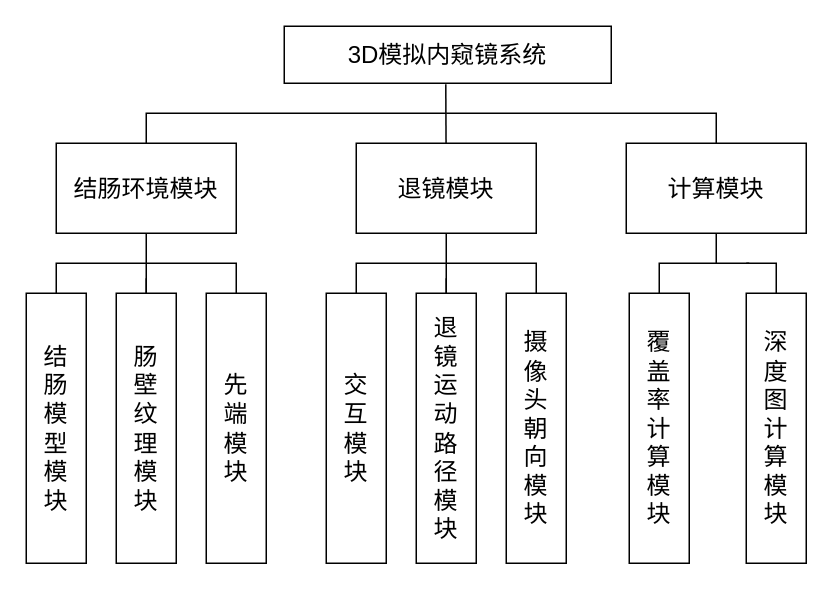
Above: 模块图.drawio in Joker765/CEP (draw.io), before the change. Source tidied: cells renumbered, new cells numbered last; positions are measured from the earlier drawing's top-left corner, leaving out a move shared by most shapes. Both pictures are drawn from the tidied source at 150%, with x=0, y=0 at pixel (26, 26).
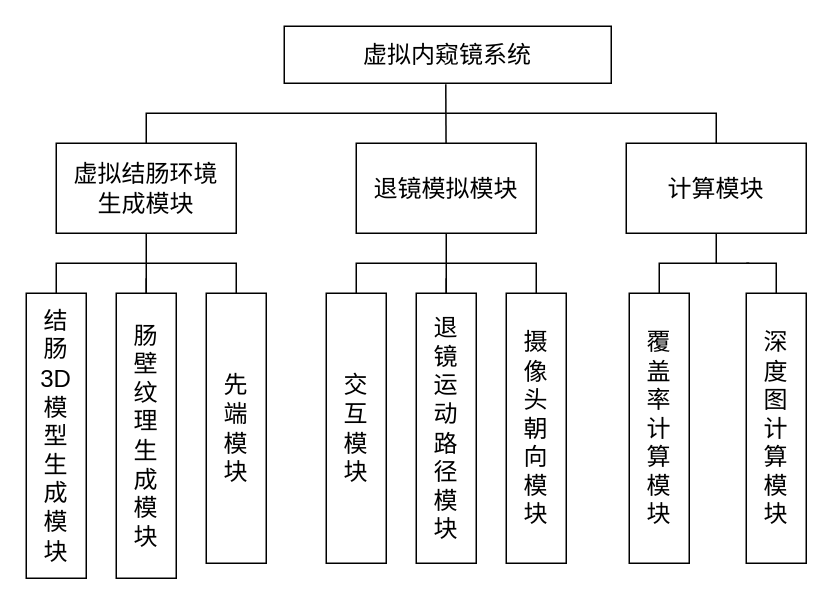
The same page after the edit.

Commit message (it also covers changes not shown here):
更新模块图.drawio

The edit, as a diff of the source:
```diff
@@
-    <mxCell id="2" value="&lt;font style=&quot;font-size: 16px;&quot;&gt;&lt;span style=&quot;font-family: 华文中宋;&quot; lang=&quot;EN-US&quot;&gt;3D&lt;/span&gt;&lt;span style=&quot;font-family: 华文中宋;&quot;&gt;模拟内窥镜系统&lt;/span&gt;&lt;/font&gt;" style="rounded=0;whiteSpace=wrap;html=1;" parent="1" vertex="1">
+    <mxCell id="2" value="&lt;span style=&quot;font-family: 宋体; font-size: 16px;&quot;&gt;虚拟内窥镜系统&lt;/span&gt;" style="rounded=0;whiteSpace=wrap;html=1;" parent="1" vertex="1">
       <mxGeometry x="172" width="218" height="38" as="geometry" />
     </mxCell>
-    <mxCell id="3" value="&lt;span style=&quot;font-size:12.0pt;mso-bidi-font-size:11.0pt;&lt;br/&gt;line-height:150%;font-family:宋体;mso-ascii-font-family:&amp;quot;Times New Roman&amp;quot;;&lt;br/&gt;mso-hansi-font-family:&amp;quot;Times New Roman&amp;quot;;mso-bidi-font-family:&amp;quot;Times New Roman&amp;quot;;&lt;br/&gt;mso-bidi-theme-font:minor-bidi;mso-ansi-language:EN-US;mso-fareast-language:&lt;br/&gt;ZH-CN;mso-bidi-language:AR-SA&quot;&gt;结肠环境模块&lt;/span&gt;" style="rounded=0;whiteSpace=wrap;html=1;" parent="1" vertex="1">
+    <mxCell id="3" value="&lt;span style=&quot;font-size:12.0pt;mso-bidi-font-size:11.0pt;&lt;br/&gt;line-height:150%;font-family:宋体;mso-ascii-font-family:&amp;quot;Times New Roman&amp;quot;;&lt;br/&gt;mso-hansi-font-family:&amp;quot;Times New Roman&amp;quot;;mso-bidi-font-family:&amp;quot;Times New Roman&amp;quot;;&lt;br/&gt;mso-bidi-theme-font:minor-bidi;mso-ansi-language:EN-US;mso-fareast-language:&lt;br/&gt;ZH-CN;mso-bidi-language:AR-SA&quot;&gt;虚拟结肠环境&lt;/span&gt;&lt;div&gt;&lt;span style=&quot;font-size:12.0pt;mso-bidi-font-size:11.0pt;&lt;br/&gt;line-height:150%;font-family:宋体;mso-ascii-font-family:&amp;quot;Times New Roman&amp;quot;;&lt;br/&gt;mso-hansi-font-family:&amp;quot;Times New Roman&amp;quot;;mso-bidi-font-family:&amp;quot;Times New Roman&amp;quot;;&lt;br/&gt;mso-bidi-theme-font:minor-bidi;mso-ansi-language:EN-US;mso-fareast-language:&lt;br/&gt;ZH-CN;mso-bidi-language:AR-SA&quot;&gt;生成模块&lt;/span&gt;&lt;/div&gt;" style="rounded=0;whiteSpace=wrap;html=1;" parent="1" vertex="1">
       <mxGeometry x="20" y="78" width="120" height="60" as="geometry" />
     </mxCell>
@@
-    <mxCell id="7" value="&lt;span style=&quot;font-size:12.0pt;mso-bidi-font-size:11.0pt;&lt;br/&gt;line-height:150%;font-family:宋体;mso-ascii-font-family:&amp;quot;Times New Roman&amp;quot;;&lt;br/&gt;mso-hansi-font-family:&amp;quot;Times New Roman&amp;quot;;mso-bidi-font-family:&amp;quot;Times New Roman&amp;quot;;&lt;br/&gt;mso-bidi-theme-font:minor-bidi;mso-ansi-language:EN-US;mso-fareast-language:&lt;br/&gt;ZH-CN;mso-bidi-language:AR-SA&quot;&gt;退镜模块&lt;/span&gt;" style="rounded=0;whiteSpace=wrap;html=1;" parent="1" vertex="1">
+    <mxCell id="7" value="&lt;span style=&quot;font-size:12.0pt;mso-bidi-font-size:11.0pt;&lt;br/&gt;line-height:150%;font-family:宋体;mso-ascii-font-family:&amp;quot;Times New Roman&amp;quot;;&lt;br/&gt;mso-hansi-font-family:&amp;quot;Times New Roman&amp;quot;;mso-bidi-font-family:&amp;quot;Times New Roman&amp;quot;;&lt;br/&gt;mso-bidi-theme-font:minor-bidi;mso-ansi-language:EN-US;mso-fareast-language:&lt;br/&gt;ZH-CN;mso-bidi-language:AR-SA&quot;&gt;退镜模拟模块&lt;/span&gt;" style="rounded=0;whiteSpace=wrap;html=1;" parent="1" vertex="1">
       <mxGeometry x="220" y="78" width="120" height="60" as="geometry" />
     </mxCell>
-    <mxCell id="8" value="&lt;span style=&quot;font-size:12.0pt;mso-bidi-font-size:11.0pt;&lt;br/&gt;line-height:150%;font-family:宋体;mso-ascii-font-family:&amp;quot;Times New Roman&amp;quot;;&lt;br/&gt;mso-hansi-font-family:&amp;quot;Times New Roman&amp;quot;;mso-bidi-font-family:&amp;quot;Times New Roman&amp;quot;;&lt;br/&gt;mso-bidi-theme-font:minor-bidi;mso-ansi-language:EN-US;mso-fareast-language:&lt;br/&gt;ZH-CN;mso-bidi-language:AR-SA&quot;&gt;结&lt;/span&gt;&lt;div&gt;&lt;span style=&quot;font-size:12.0pt;mso-bidi-font-size:11.0pt;&lt;br/&gt;line-height:150%;font-family:宋体;mso-ascii-font-family:&amp;quot;Times New Roman&amp;quot;;&lt;br/&gt;mso-hansi-font-family:&amp;quot;Times New Roman&amp;quot;;mso-bidi-font-family:&amp;quot;Times New Roman&amp;quot;;&lt;br/&gt;mso-bidi-theme-font:minor-bidi;mso-ansi-language:EN-US;mso-fareast-language:&lt;br/&gt;ZH-CN;mso-bidi-language:AR-SA&quot;&gt;肠&lt;/span&gt;&lt;/div&gt;&lt;div&gt;&lt;span style=&quot;font-size:12.0pt;mso-bidi-font-size:11.0pt;&lt;br/&gt;line-height:150%;font-family:宋体;mso-ascii-font-family:&amp;quot;Times New Roman&amp;quot;;&lt;br/&gt;mso-hansi-font-family:&amp;quot;Times New Roman&amp;quot;;mso-bidi-font-family:&amp;quot;Times New Roman&amp;quot;;&lt;br/&gt;mso-bidi-theme-font:minor-bidi;mso-ansi-language:EN-US;mso-fareast-language:&lt;br/&gt;ZH-CN;mso-bidi-language:AR-SA&quot;&gt;模&lt;/span&gt;&lt;/div&gt;&lt;div&gt;&lt;span style=&quot;font-size:12.0pt;mso-bidi-font-size:11.0pt;&lt;br/&gt;line-height:150%;font-family:宋体;mso-ascii-font-family:&amp;quot;Times New Roman&amp;quot;;&lt;br/&gt;mso-hansi-font-family:&amp;quot;Times New Roman&amp;quot;;mso-bidi-font-family:&amp;quot;Times New Roman&amp;quot;;&lt;br/&gt;mso-bidi-theme-font:minor-bidi;mso-ansi-language:EN-US;mso-fareast-language:&lt;br/&gt;ZH-CN;mso-bidi-language:AR-SA&quot;&gt;型&lt;/span&gt;&lt;/div&gt;&lt;div&gt;&lt;span style=&quot;font-size:12.0pt;mso-bidi-font-size:11.0pt;&lt;br/&gt;line-height:150%;font-family:宋体;mso-ascii-font-family:&amp;quot;Times New Roman&amp;quot;;&lt;br/&gt;mso-hansi-font-family:&amp;quot;Times New Roman&amp;quot;;mso-bidi-font-family:&amp;quot;Times New Roman&amp;quot;;&lt;br/&gt;mso-bidi-theme-font:minor-bidi;mso-ansi-language:EN-US;mso-fareast-language:&lt;br/&gt;ZH-CN;mso-bidi-language:AR-SA&quot;&gt;模&lt;/span&gt;&lt;/div&gt;&lt;div&gt;&lt;span style=&quot;font-size:12.0pt;mso-bidi-font-size:11.0pt;&lt;br/&gt;line-height:150%;font-family:宋体;mso-ascii-font-family:&amp;quot;Times New Roman&amp;quot;;&lt;br/&gt;mso-hansi-font-family:&amp;quot;Times New Roman&amp;quot;;mso-bidi-font-family:&amp;quot;Times New Roman&amp;quot;;&lt;br/&gt;mso-bidi-theme-font:minor-bidi;mso-ansi-language:EN-US;mso-fareast-language:&lt;br/&gt;ZH-CN;mso-bidi-language:AR-SA&quot;&gt;块&lt;/span&gt;&lt;/div&gt;" style="rounded=0;whiteSpace=wrap;html=1;" parent="1" vertex="1">
-      <mxGeometry y="178" width="40" height="180" as="geometry" />
+    <mxCell id="8" value="&lt;span style=&quot;font-size:12.0pt;mso-bidi-font-size:11.0pt;&lt;br/&gt;line-height:150%;font-family:宋体;mso-ascii-font-family:&amp;quot;Times New Roman&amp;quot;;&lt;br/&gt;mso-hansi-font-family:&amp;quot;Times New Roman&amp;quot;;mso-bidi-font-family:&amp;quot;Times New Roman&amp;quot;;&lt;br/&gt;mso-bidi-theme-font:minor-bidi;mso-ansi-language:EN-US;mso-fareast-language:&lt;br/&gt;ZH-CN;mso-bidi-language:AR-SA&quot;&gt;结&lt;/span&gt;&lt;div&gt;&lt;span style=&quot;font-size:12.0pt;mso-bidi-font-size:11.0pt;&lt;br/&gt;line-height:150%;font-family:宋体;mso-ascii-font-family:&amp;quot;Times New Roman&amp;quot;;&lt;br/&gt;mso-hansi-font-family:&amp;quot;Times New Roman&amp;quot;;mso-bidi-font-family:&amp;quot;Times New Roman&amp;quot;;&lt;br/&gt;mso-bidi-theme-font:minor-bidi;mso-ansi-language:EN-US;mso-fareast-language:&lt;br/&gt;ZH-CN;mso-bidi-language:AR-SA&quot;&gt;肠&lt;/span&gt;&lt;/div&gt;&lt;div&gt;&lt;span style=&quot;font-size:12.0pt;mso-bidi-font-size:11.0pt;&lt;br/&gt;line-height:150%;font-family:宋体;mso-ascii-font-family:&amp;quot;Times New Roman&amp;quot;;&lt;br/&gt;mso-hansi-font-family:&amp;quot;Times New Roman&amp;quot;;mso-bidi-font-family:&amp;quot;Times New Roman&amp;quot;;&lt;br/&gt;mso-bidi-theme-font:minor-bidi;mso-ansi-language:EN-US;mso-fareast-language:&lt;br/&gt;ZH-CN;mso-bidi-language:AR-SA&quot;&gt;3D&lt;/span&gt;&lt;/div&gt;&lt;div&gt;&lt;span style=&quot;font-size:12.0pt;mso-bidi-font-size:11.0pt;&lt;br/&gt;line-height:150%;font-family:宋体;mso-ascii-font-family:&amp;quot;Times New Roman&amp;quot;;&lt;br/&gt;mso-hansi-font-family:&amp;quot;Times New Roman&amp;quot;;mso-bidi-font-family:&amp;quot;Times New Roman&amp;quot;;&lt;br/&gt;mso-bidi-theme-font:minor-bidi;mso-ansi-language:EN-US;mso-fareast-language:&lt;br/&gt;ZH-CN;mso-bidi-language:AR-SA&quot;&gt;模&lt;/span&gt;&lt;/div&gt;&lt;div&gt;&lt;span style=&quot;font-size:12.0pt;mso-bidi-font-size:11.0pt;&lt;br/&gt;line-height:150%;font-family:宋体;mso-ascii-font-family:&amp;quot;Times New Roman&amp;quot;;&lt;br/&gt;mso-hansi-font-family:&amp;quot;Times New Roman&amp;quot;;mso-bidi-font-family:&amp;quot;Times New Roman&amp;quot;;&lt;br/&gt;mso-bidi-theme-font:minor-bidi;mso-ansi-language:EN-US;mso-fareast-language:&lt;br/&gt;ZH-CN;mso-bidi-language:AR-SA&quot;&gt;型&lt;/span&gt;&lt;/div&gt;&lt;div&gt;&lt;span style=&quot;font-size:12.0pt;mso-bidi-font-size:11.0pt;&lt;br/&gt;line-height:150%;font-family:宋体;mso-ascii-font-family:&amp;quot;Times New Roman&amp;quot;;&lt;br/&gt;mso-hansi-font-family:&amp;quot;Times New Roman&amp;quot;;mso-bidi-font-family:&amp;quot;Times New Roman&amp;quot;;&lt;br/&gt;mso-bidi-theme-font:minor-bidi;mso-ansi-language:EN-US;mso-fareast-language:&lt;br/&gt;ZH-CN;mso-bidi-language:AR-SA&quot;&gt;生&lt;/span&gt;&lt;/div&gt;&lt;div&gt;&lt;span style=&quot;font-size:12.0pt;mso-bidi-font-size:11.0pt;&lt;br/&gt;line-height:150%;font-family:宋体;mso-ascii-font-family:&amp;quot;Times New Roman&amp;quot;;&lt;br/&gt;mso-hansi-font-family:&amp;quot;Times New Roman&amp;quot;;mso-bidi-font-family:&amp;quot;Times New Roman&amp;quot;;&lt;br/&gt;mso-bidi-theme-font:minor-bidi;mso-ansi-language:EN-US;mso-fareast-language:&lt;br/&gt;ZH-CN;mso-bidi-language:AR-SA&quot;&gt;成&lt;/span&gt;&lt;/div&gt;&lt;div&gt;&lt;span style=&quot;font-size:12.0pt;mso-bidi-font-size:11.0pt;&lt;br/&gt;line-height:150%;font-family:宋体;mso-ascii-font-family:&amp;quot;Times New Roman&amp;quot;;&lt;br/&gt;mso-hansi-font-family:&amp;quot;Times New Roman&amp;quot;;mso-bidi-font-family:&amp;quot;Times New Roman&amp;quot;;&lt;br/&gt;mso-bidi-theme-font:minor-bidi;mso-ansi-language:EN-US;mso-fareast-language:&lt;br/&gt;ZH-CN;mso-bidi-language:AR-SA&quot;&gt;模&lt;/span&gt;&lt;/div&gt;&lt;div&gt;&lt;span style=&quot;font-size:12.0pt;mso-bidi-font-size:11.0pt;&lt;br/&gt;line-height:150%;font-family:宋体;mso-ascii-font-family:&amp;quot;Times New Roman&amp;quot;;&lt;br/&gt;mso-hansi-font-family:&amp;quot;Times New Roman&amp;quot;;mso-bidi-font-family:&amp;quot;Times New Roman&amp;quot;;&lt;br/&gt;mso-bidi-theme-font:minor-bidi;mso-ansi-language:EN-US;mso-fareast-language:&lt;br/&gt;ZH-CN;mso-bidi-language:AR-SA&quot;&gt;块&lt;/span&gt;&lt;/div&gt;" style="rounded=0;whiteSpace=wrap;html=1;" parent="1" vertex="1">
+      <mxGeometry y="178" width="40" height="190" as="geometry" />
     </mxCell>
@@
-    <mxCell id="13" value="&lt;span style=&quot;font-size:12.0pt;mso-bidi-font-size:11.0pt;&lt;br/&gt;line-height:150%;font-family:宋体;mso-ascii-font-family:&amp;quot;Times New Roman&amp;quot;;&lt;br/&gt;mso-hansi-font-family:&amp;quot;Times New Roman&amp;quot;;mso-bidi-font-family:&amp;quot;Times New Roman&amp;quot;;&lt;br/&gt;mso-bidi-theme-font:minor-bidi;mso-ansi-language:EN-US;mso-fareast-language:&lt;br/&gt;ZH-CN;mso-bidi-language:AR-SA&quot;&gt;肠&lt;/span&gt;&lt;div&gt;&lt;span style=&quot;font-size:12.0pt;mso-bidi-font-size:11.0pt;&lt;br/&gt;line-height:150%;font-family:宋体;mso-ascii-font-family:&amp;quot;Times New Roman&amp;quot;;&lt;br/&gt;mso-hansi-font-family:&amp;quot;Times New Roman&amp;quot;;mso-bidi-font-family:&amp;quot;Times New Roman&amp;quot;;&lt;br/&gt;mso-bidi-theme-font:minor-bidi;mso-ansi-language:EN-US;mso-fareast-language:&lt;br/&gt;ZH-CN;mso-bidi-language:AR-SA&quot;&gt;壁&lt;/span&gt;&lt;/div&gt;&lt;div&gt;&lt;span style=&quot;font-size:12.0pt;mso-bidi-font-size:11.0pt;&lt;br/&gt;line-height:150%;font-family:宋体;mso-ascii-font-family:&amp;quot;Times New Roman&amp;quot;;&lt;br/&gt;mso-hansi-font-family:&amp;quot;Times New Roman&amp;quot;;mso-bidi-font-family:&amp;quot;Times New Roman&amp;quot;;&lt;br/&gt;mso-bidi-theme-font:minor-bidi;mso-ansi-language:EN-US;mso-fareast-language:&lt;br/&gt;ZH-CN;mso-bidi-language:AR-SA&quot;&gt;纹&lt;/span&gt;&lt;/div&gt;&lt;div&gt;&lt;span style=&quot;font-size:12.0pt;mso-bidi-font-size:11.0pt;&lt;br/&gt;line-height:150%;font-family:宋体;mso-ascii-font-family:&amp;quot;Times New Roman&amp;quot;;&lt;br/&gt;mso-hansi-font-family:&amp;quot;Times New Roman&amp;quot;;mso-bidi-font-family:&amp;quot;Times New Roman&amp;quot;;&lt;br/&gt;mso-bidi-theme-font:minor-bidi;mso-ansi-language:EN-US;mso-fareast-language:&lt;br/&gt;ZH-CN;mso-bidi-language:AR-SA&quot;&gt;理&lt;/span&gt;&lt;/div&gt;&lt;div&gt;&lt;span style=&quot;font-size:12.0pt;mso-bidi-font-size:11.0pt;&lt;br/&gt;line-height:150%;font-family:宋体;mso-ascii-font-family:&amp;quot;Times New Roman&amp;quot;;&lt;br/&gt;mso-hansi-font-family:&amp;quot;Times New Roman&amp;quot;;mso-bidi-font-family:&amp;quot;Times New Roman&amp;quot;;&lt;br/&gt;mso-bidi-theme-font:minor-bidi;mso-ansi-language:EN-US;mso-fareast-language:&lt;br/&gt;ZH-CN;mso-bidi-language:AR-SA&quot;&gt;模&lt;/span&gt;&lt;/div&gt;&lt;div&gt;&lt;span style=&quot;font-size:12.0pt;mso-bidi-font-size:11.0pt;&lt;br/&gt;line-height:150%;font-family:宋体;mso-ascii-font-family:&amp;quot;Times New Roman&amp;quot;;&lt;br/&gt;mso-hansi-font-family:&amp;quot;Times New Roman&amp;quot;;mso-bidi-font-family:&amp;quot;Times New Roman&amp;quot;;&lt;br/&gt;mso-bidi-theme-font:minor-bidi;mso-ansi-language:EN-US;mso-fareast-language:&lt;br/&gt;ZH-CN;mso-bidi-language:AR-SA&quot;&gt;块&lt;/span&gt;&lt;/div&gt;" style="rounded=0;whiteSpace=wrap;html=1;" parent="1" vertex="1">
-      <mxGeometry x="60" y="178" width="40" height="180" as="geometry" />
+    <mxCell id="13" value="&lt;span style=&quot;font-size:12.0pt;mso-bidi-font-size:11.0pt;&lt;br/&gt;line-height:150%;font-family:宋体;mso-ascii-font-family:&amp;quot;Times New Roman&amp;quot;;&lt;br/&gt;mso-hansi-font-family:&amp;quot;Times New Roman&amp;quot;;mso-bidi-font-family:&amp;quot;Times New Roman&amp;quot;;&lt;br/&gt;mso-bidi-theme-font:minor-bidi;mso-ansi-language:EN-US;mso-fareast-language:&lt;br/&gt;ZH-CN;mso-bidi-language:AR-SA&quot;&gt;肠&lt;/span&gt;&lt;div&gt;&lt;span style=&quot;font-size:12.0pt;mso-bidi-font-size:11.0pt;&lt;br/&gt;line-height:150%;font-family:宋体;mso-ascii-font-family:&amp;quot;Times New Roman&amp;quot;;&lt;br/&gt;mso-hansi-font-family:&amp;quot;Times New Roman&amp;quot;;mso-bidi-font-family:&amp;quot;Times New Roman&amp;quot;;&lt;br/&gt;mso-bidi-theme-font:minor-bidi;mso-ansi-language:EN-US;mso-fareast-language:&lt;br/&gt;ZH-CN;mso-bidi-language:AR-SA&quot;&gt;壁&lt;/span&gt;&lt;/div&gt;&lt;div&gt;&lt;span style=&quot;font-size:12.0pt;mso-bidi-font-size:11.0pt;&lt;br/&gt;line-height:150%;font-family:宋体;mso-ascii-font-family:&amp;quot;Times New Roman&amp;quot;;&lt;br/&gt;mso-hansi-font-family:&amp;quot;Times New Roman&amp;quot;;mso-bidi-font-family:&amp;quot;Times New Roman&amp;quot;;&lt;br/&gt;mso-bidi-theme-font:minor-bidi;mso-ansi-language:EN-US;mso-fareast-language:&lt;br/&gt;ZH-CN;mso-bidi-language:AR-SA&quot;&gt;纹&lt;/span&gt;&lt;/div&gt;&lt;div&gt;&lt;span style=&quot;font-size:12.0pt;mso-bidi-font-size:11.0pt;&lt;br/&gt;line-height:150%;font-family:宋体;mso-ascii-font-family:&amp;quot;Times New Roman&amp;quot;;&lt;br/&gt;mso-hansi-font-family:&amp;quot;Times New Roman&amp;quot;;mso-bidi-font-family:&amp;quot;Times New Roman&amp;quot;;&lt;br/&gt;mso-bidi-theme-font:minor-bidi;mso-ansi-language:EN-US;mso-fareast-language:&lt;br/&gt;ZH-CN;mso-bidi-language:AR-SA&quot;&gt;理&lt;/span&gt;&lt;/div&gt;&lt;div&gt;&lt;span style=&quot;font-size:12.0pt;mso-bidi-font-size:11.0pt;&lt;br/&gt;line-height:150%;font-family:宋体;mso-ascii-font-family:&amp;quot;Times New Roman&amp;quot;;&lt;br/&gt;mso-hansi-font-family:&amp;quot;Times New Roman&amp;quot;;mso-bidi-font-family:&amp;quot;Times New Roman&amp;quot;;&lt;br/&gt;mso-bidi-theme-font:minor-bidi;mso-ansi-language:EN-US;mso-fareast-language:&lt;br/&gt;ZH-CN;mso-bidi-language:AR-SA&quot;&gt;生&lt;/span&gt;&lt;/div&gt;&lt;div&gt;&lt;span style=&quot;font-size:12.0pt;mso-bidi-font-size:11.0pt;&lt;br/&gt;line-height:150%;font-family:宋体;mso-ascii-font-family:&amp;quot;Times New Roman&amp;quot;;&lt;br/&gt;mso-hansi-font-family:&amp;quot;Times New Roman&amp;quot;;mso-bidi-font-family:&amp;quot;Times New Roman&amp;quot;;&lt;br/&gt;mso-bidi-theme-font:minor-bidi;mso-ansi-language:EN-US;mso-fareast-language:&lt;br/&gt;ZH-CN;mso-bidi-language:AR-SA&quot;&gt;成&lt;/span&gt;&lt;/div&gt;&lt;div&gt;&lt;span style=&quot;font-size:12.0pt;mso-bidi-font-size:11.0pt;&lt;br/&gt;line-height:150%;font-family:宋体;mso-ascii-font-family:&amp;quot;Times New Roman&amp;quot;;&lt;br/&gt;mso-hansi-font-family:&amp;quot;Times New Roman&amp;quot;;mso-bidi-font-family:&amp;quot;Times New Roman&amp;quot;;&lt;br/&gt;mso-bidi-theme-font:minor-bidi;mso-ansi-language:EN-US;mso-fareast-language:&lt;br/&gt;ZH-CN;mso-bidi-language:AR-SA&quot;&gt;模&lt;/span&gt;&lt;/div&gt;&lt;div&gt;&lt;span style=&quot;font-size:12.0pt;mso-bidi-font-size:11.0pt;&lt;br/&gt;line-height:150%;font-family:宋体;mso-ascii-font-family:&amp;quot;Times New Roman&amp;quot;;&lt;br/&gt;mso-hansi-font-family:&amp;quot;Times New Roman&amp;quot;;mso-bidi-font-family:&amp;quot;Times New Roman&amp;quot;;&lt;br/&gt;mso-bidi-theme-font:minor-bidi;mso-ansi-language:EN-US;mso-fareast-language:&lt;br/&gt;ZH-CN;mso-bidi-language:AR-SA&quot;&gt;块&lt;/span&gt;&lt;/div&gt;" style="rounded=0;whiteSpace=wrap;html=1;" parent="1" vertex="1">
+      <mxGeometry x="60" y="178" width="40" height="190" as="geometry" />
     </mxCell>
```
